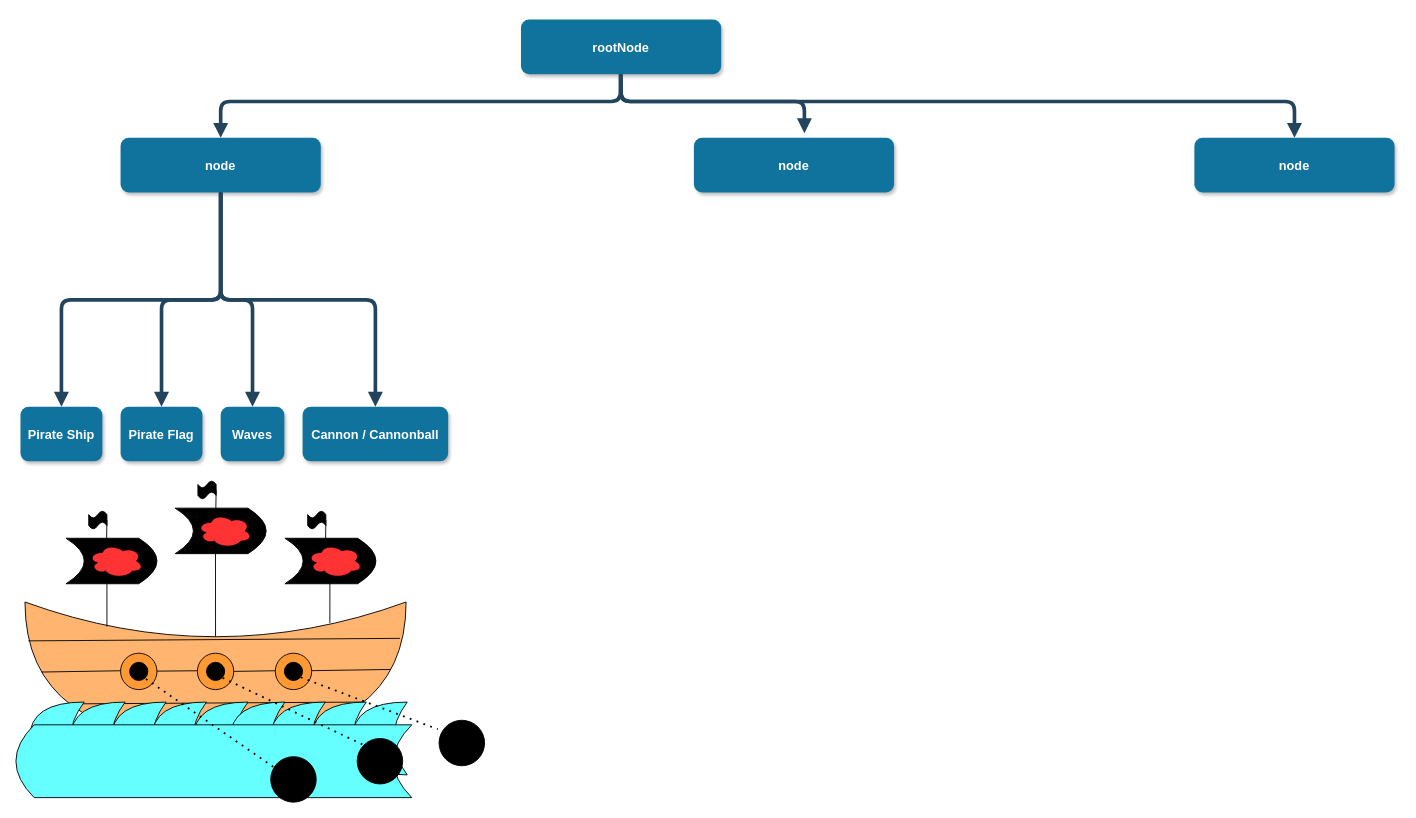
This is Assignment 4 - 2D Animation/sketchgraph.drawio from alex-chiu/CS324EGroup13, a draw.io file, before an edit. Source tidied: cells renumbered, new cells numbered last; positions are measured from the earlier drawing's top-left corner, leaving out a move shared by most shapes. Both pictures are drawn from the tidied source at 91%, with x=0, y=0 at pixel (15, 19).
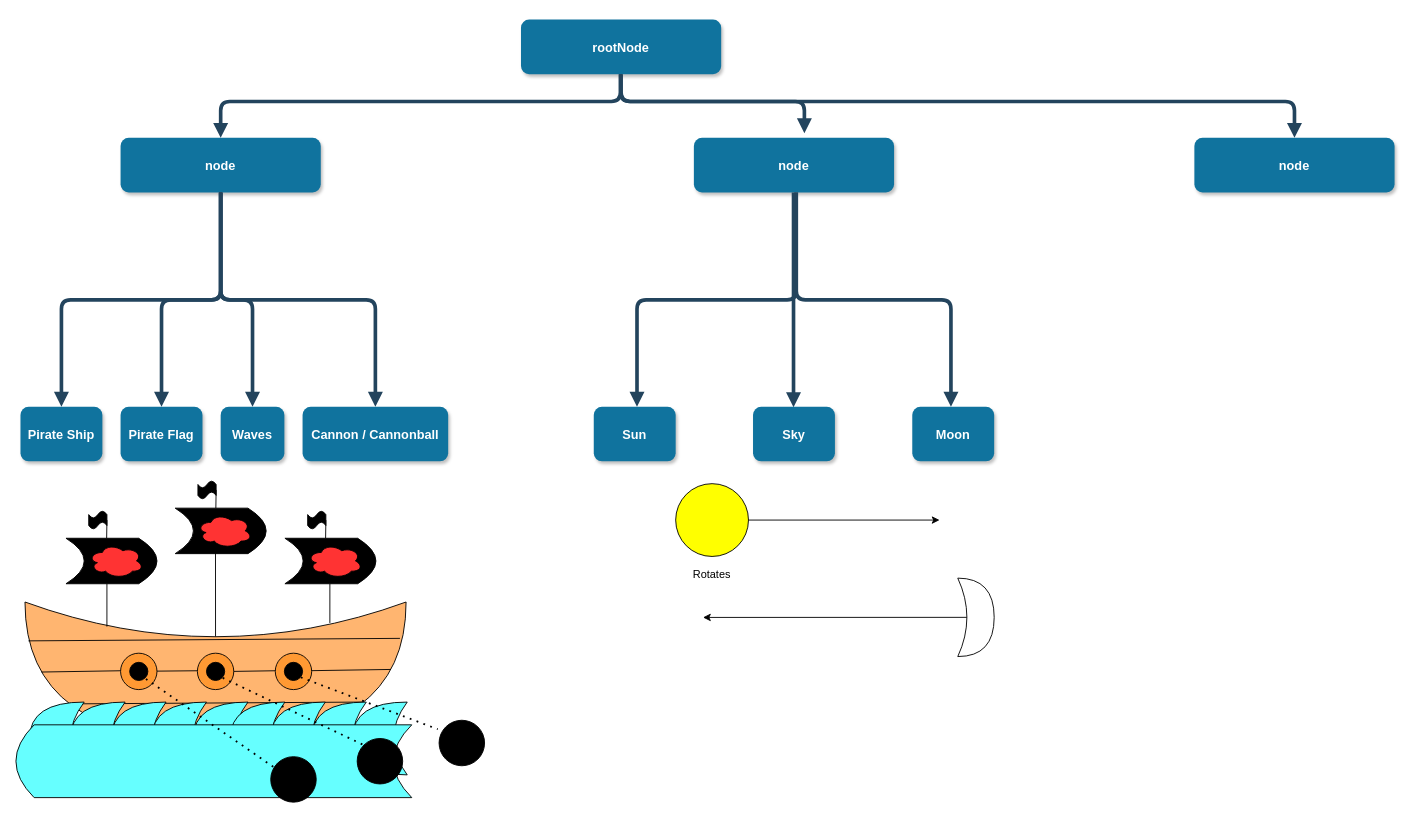
After the change.

Commit message:
Sun/Sky Portion

Diff of the diagram source:
```diff
@@
+    <mxCell id="62" value="Sun" style="rounded=1;fillColor=#10739E;strokeColor=none;shadow=1;gradientColor=none;fontStyle=1;fontColor=#FFFFFF;fontSize=14;" parent="1" vertex="1">
+      <mxGeometry x="635" y="425.5" width="90" height="60" as="geometry" />
+    </mxCell>
+    <mxCell id="63" value="Moon" style="rounded=1;fillColor=#10739E;strokeColor=none;shadow=1;gradientColor=none;fontStyle=1;fontColor=#FFFFFF;fontSize=14;" parent="1" vertex="1">
+      <mxGeometry x="985" y="425.5" width="90" height="60" as="geometry" />
+    </mxCell>
+    <mxCell id="64" style="edgeStyle=elbowEdgeStyle;elbow=vertical;strokeWidth=4;endArrow=block;endFill=1;fontStyle=1;strokeColor=#23445D;" parent="1" edge="1">
+      <mxGeometry x="654.5" y="165.5" as="geometry">
+        <mxPoint x="857.5" y="190" as="sourcePoint" />
+        <mxPoint x="682.5" y="425.5" as="targetPoint" />
+      </mxGeometry>
+    </mxCell>
+    <mxCell id="65" style="edgeStyle=elbowEdgeStyle;elbow=vertical;strokeWidth=4;endArrow=block;endFill=1;fontStyle=1;strokeColor=#23445D;" parent="1" edge="1">
+      <mxGeometry x="654.5" y="165.5" as="geometry">
+        <mxPoint x="857.5" y="190" as="sourcePoint" />
+        <mxPoint x="1027.5" y="425.5" as="targetPoint" />
+      </mxGeometry>
+    </mxCell>
+    <mxCell id="66" style="ellipse;whiteSpace=wrap;html=1;fillColor=#FFFF00;" parent="1" vertex="1">
+      <mxGeometry x="725" y="510" width="80" height="80" as="geometry" />
+    </mxCell>
+    <mxCell id="67" style="endArrow=classic;html=1;exitX=1;exitY=0.5;exitDx=0;exitDy=0;" parent="1" edge="1" source="66">
+      <mxGeometry relative="1" as="geometry">
+        <mxPoint x="1015" y="550" as="targetPoint" />
+      </mxGeometry>
+    </mxCell>
+    <mxCell id="68" style="edgeStyle=elbowEdgeStyle;elbow=vertical;strokeWidth=4;endArrow=block;endFill=1;fontStyle=1;strokeColor=#23445D;" parent="1" edge="1">
+      <mxGeometry x="651.5" y="165.5" as="geometry">
+        <mxPoint x="854.5" y="190" as="sourcePoint" />
+        <mxPoint x="854.5" y="426" as="targetPoint" />
+        <Array as="points">
+          <mxPoint x="854.5" y="340" />
+        </Array>
+      </mxGeometry>
+    </mxCell>
+    <mxCell id="69" value="Sky" style="rounded=1;fillColor=#10739E;strokeColor=none;shadow=1;gradientColor=none;fontStyle=1;fontColor=#FFFFFF;fontSize=14;" parent="1" vertex="1">
+      <mxGeometry x="810" y="425.5" width="90" height="60" as="geometry" />
+    </mxCell>
+    <mxCell id="70" style="shape=xor;whiteSpace=wrap;html=1;fillColor=#FFFFFF;" parent="1" vertex="1">
+      <mxGeometry x="1035" y="613.8" width="40" height="86.2" as="geometry" />
+    </mxCell>
+    <mxCell id="71" style="endArrow=classic;html=1;exitX=0.25;exitY=0.5;exitDx=0;exitDy=0;exitPerimeter=0;" parent="1" edge="1" source="70">
+      <mxGeometry relative="1" as="geometry">
+        <mxPoint x="755" y="657" as="targetPoint" />
+      </mxGeometry>
+    </mxCell>
+    <mxCell id="72" value="Rotates" style="text;html=1;strokeColor=none;fillColor=none;align=center;verticalAlign=middle;whiteSpace=wrap;rounded=0;" parent="1" vertex="1">
+      <mxGeometry x="745" y="600" width="40" height="20" as="geometry" />
+    </mxCell>
```
